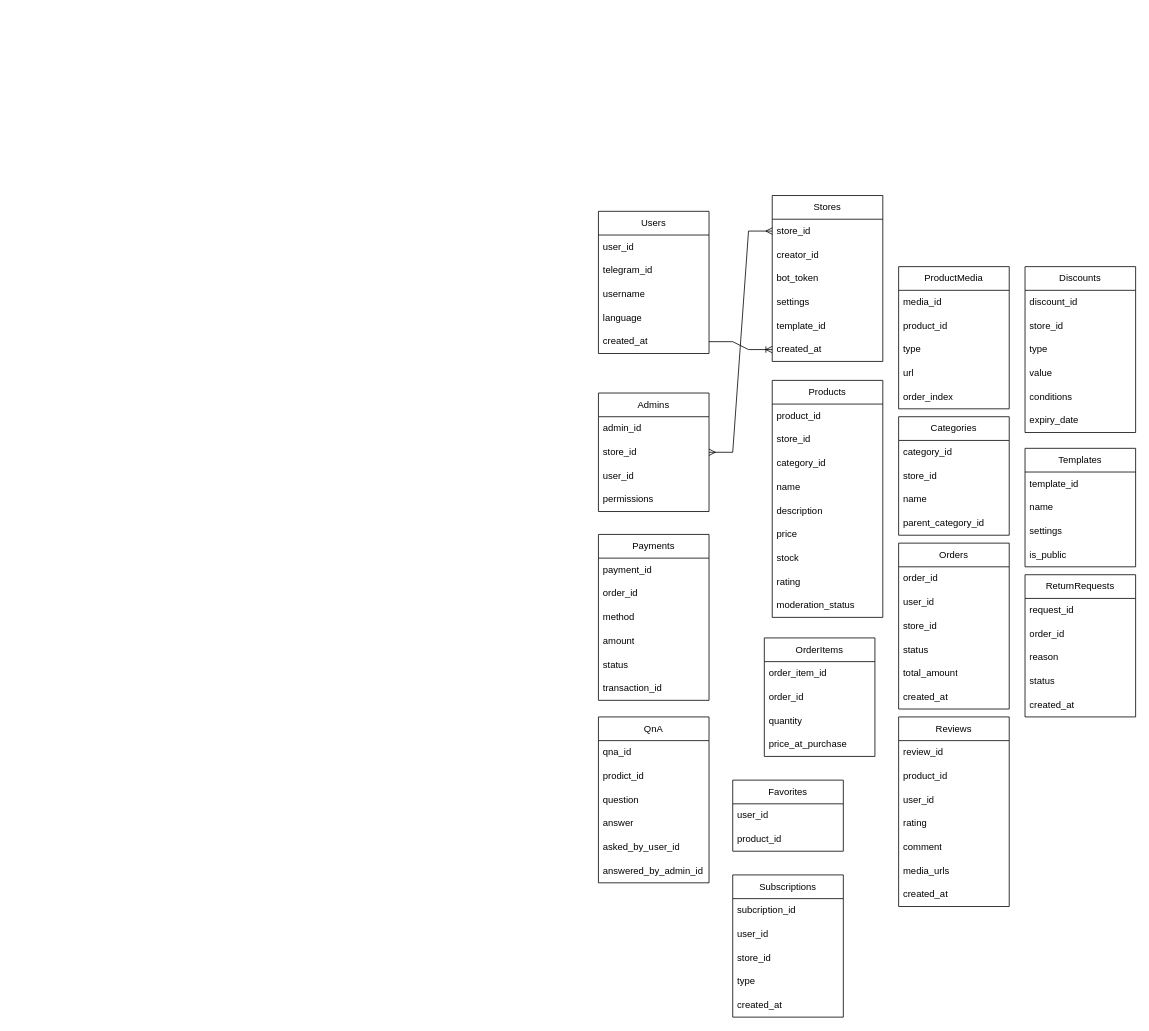
The draw.io diagram LogSchemaBD.drawio in ART1KZ/ShopBotsCreatingPlatform, before the edit. Source tidied: cells renumbered, new cells numbered last; positions are measured from the earlier drawing's top-left corner, leaving out a move shared by most shapes. Both pictures are drawn from the tidied source at 79%, with x=0, y=0 at pixel (598, 195).
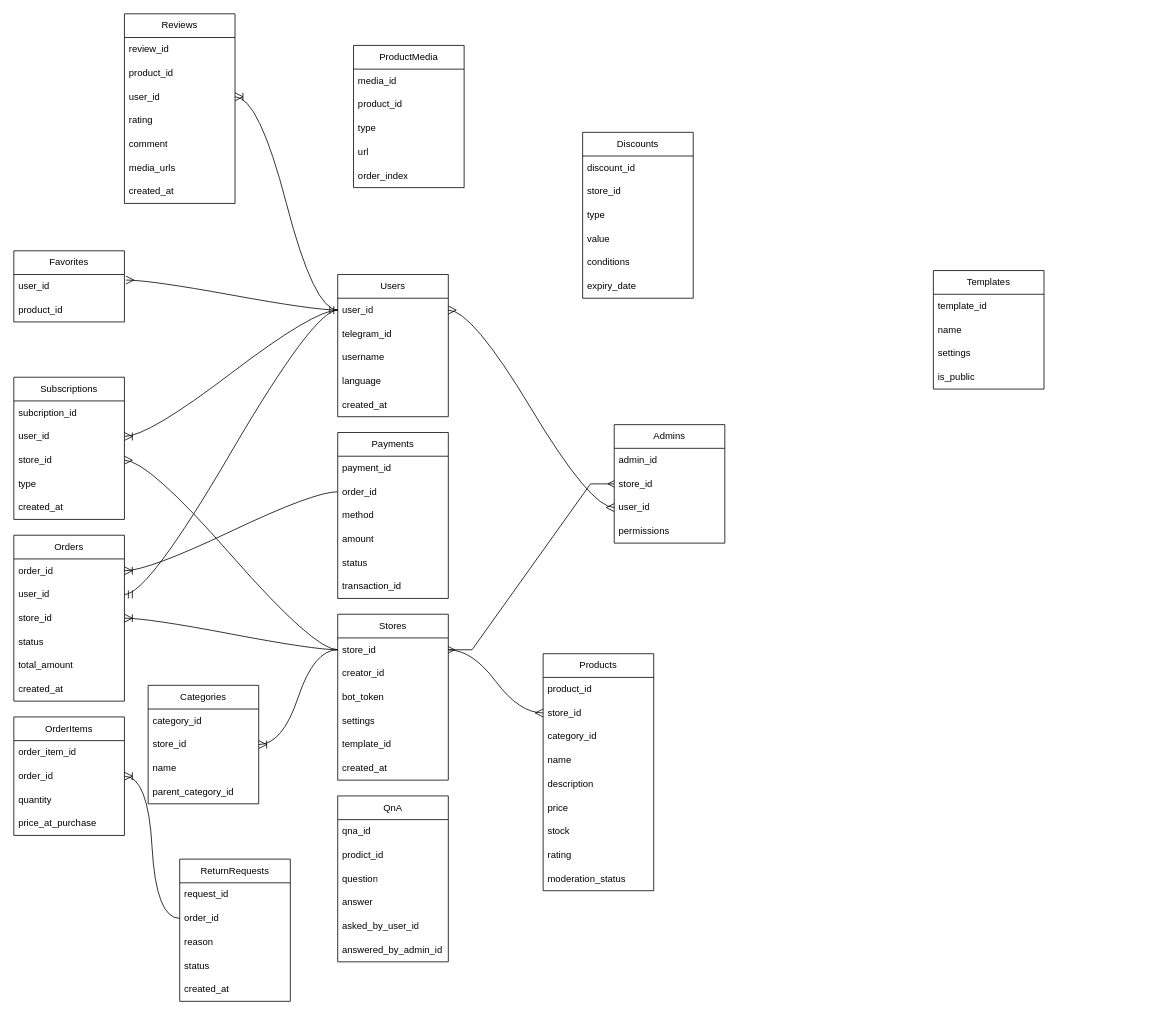
The same page after the edit.

Unchanged cells that the change refers to:
```xml
<mxCell id="3" value="user_id" style="text;strokeColor=none;fillColor=none;align=left;verticalAlign=middle;spacingLeft=4;spacingRight=4;overflow=hidden;points=[[0,0.5],[1,0.5]];portConstraint=eastwest;whiteSpace=wrap;html=1;" parent="2" vertex="1">
  <mxGeometry y="30" width="140" height="30" as="geometry" />
</mxCell>
<mxCell id="7" value="created_at" style="text;strokeColor=none;fillColor=none;align=left;verticalAlign=middle;spacingLeft=4;spacingRight=4;overflow=hidden;points=[[0,0.5],[1,0.5]];portConstraint=eastwest;whiteSpace=wrap;html=1;" parent="2" vertex="1">
  <mxGeometry y="150" width="140" height="30" as="geometry" />
</mxCell>
<mxCell id="9" value="store_id" style="text;strokeColor=none;fillColor=none;align=left;verticalAlign=middle;spacingLeft=4;spacingRight=4;overflow=hidden;points=[[0,0.5],[1,0.5]];portConstraint=eastwest;whiteSpace=wrap;html=1;" parent="8" vertex="1">
  <mxGeometry y="30" width="140" height="30" as="geometry" />
</mxCell>
<mxCell id="14" value="created_at" style="text;strokeColor=none;fillColor=none;align=left;verticalAlign=middle;spacingLeft=4;spacingRight=4;overflow=hidden;points=[[0,0.5],[1,0.5]];portConstraint=eastwest;whiteSpace=wrap;html=1;" parent="8" vertex="1">
  <mxGeometry y="180" width="140" height="30" as="geometry" />
</mxCell>
<mxCell id="17" value="store_id" style="text;strokeColor=none;fillColor=none;align=left;verticalAlign=middle;spacingLeft=4;spacingRight=4;overflow=hidden;points=[[0,0.5],[1,0.5]];portConstraint=eastwest;whiteSpace=wrap;html=1;" parent="15" vertex="1">
  <mxGeometry y="60" width="140" height="30" as="geometry" />
</mxCell>
<mxCell id="18" value="user_id" style="text;strokeColor=none;fillColor=none;align=left;verticalAlign=middle;spacingLeft=4;spacingRight=4;overflow=hidden;points=[[0,0.5],[1,0.5]];portConstraint=eastwest;whiteSpace=wrap;html=1;" parent="15" vertex="1">
  <mxGeometry y="90" width="140" height="30" as="geometry" />
</mxCell>
<mxCell id="22" value="store_id" style="text;strokeColor=none;fillColor=none;align=left;verticalAlign=middle;spacingLeft=4;spacingRight=4;overflow=hidden;points=[[0,0.5],[1,0.5]];portConstraint=eastwest;whiteSpace=wrap;html=1;" parent="20" vertex="1">
  <mxGeometry y="60" width="140" height="30" as="geometry" />
</mxCell>
<mxCell id="38" value="store_id" style="text;strokeColor=none;fillColor=none;align=left;verticalAlign=middle;spacingLeft=4;spacingRight=4;overflow=hidden;points=[[0,0.5],[1,0.5]];portConstraint=eastwest;whiteSpace=wrap;html=1;" parent="36" vertex="1">
  <mxGeometry y="60" width="140" height="30" as="geometry" />
</mxCell>
<mxCell id="42" value="order_id" style="text;strokeColor=none;fillColor=none;align=left;verticalAlign=middle;spacingLeft=4;spacingRight=4;overflow=hidden;points=[[0,0.5],[1,0.5]];portConstraint=eastwest;whiteSpace=wrap;html=1;" parent="41" vertex="1">
  <mxGeometry y="30" width="140" height="30" as="geometry" />
</mxCell>
<mxCell id="43" value="user_id" style="text;strokeColor=none;fillColor=none;align=left;verticalAlign=middle;spacingLeft=4;spacingRight=4;overflow=hidden;points=[[0,0.5],[1,0.5]];portConstraint=eastwest;whiteSpace=wrap;html=1;" parent="41" vertex="1">
  <mxGeometry y="60" width="140" height="30" as="geometry" />
</mxCell>
<mxCell id="44" value="store_id" style="text;strokeColor=none;fillColor=none;align=left;verticalAlign=middle;spacingLeft=4;spacingRight=4;overflow=hidden;points=[[0,0.5],[1,0.5]];portConstraint=eastwest;whiteSpace=wrap;html=1;" parent="41" vertex="1">
  <mxGeometry y="90" width="140" height="30" as="geometry" />
</mxCell>
<mxCell id="50" value="order_id" style="text;strokeColor=none;fillColor=none;align=left;verticalAlign=middle;spacingLeft=4;spacingRight=4;overflow=hidden;points=[[0,0.5],[1,0.5]];portConstraint=eastwest;whiteSpace=wrap;html=1;" parent="48" vertex="1">
  <mxGeometry y="60" width="140" height="30" as="geometry" />
</mxCell>
<mxCell id="55" value="order_id" style="text;strokeColor=none;fillColor=none;align=left;verticalAlign=middle;spacingLeft=4;spacingRight=4;overflow=hidden;points=[[0,0.5],[1,0.5]];portConstraint=eastwest;whiteSpace=wrap;html=1;" parent="53" vertex="1">
  <mxGeometry y="60" width="140" height="30" as="geometry" />
</mxCell>
<mxCell id="63" value="user_id" style="text;strokeColor=none;fillColor=none;align=left;verticalAlign=middle;spacingLeft=4;spacingRight=4;overflow=hidden;points=[[0,0.5],[1,0.5]];portConstraint=eastwest;whiteSpace=wrap;html=1;" parent="60" vertex="1">
  <mxGeometry y="90" width="140" height="30" as="geometry" />
</mxCell>
<mxCell id="76" value="user_id" style="text;strokeColor=none;fillColor=none;align=left;verticalAlign=middle;spacingLeft=4;spacingRight=4;overflow=hidden;points=[[0,0.5],[1,0.5]];portConstraint=eastwest;whiteSpace=wrap;html=1;" parent="75" vertex="1">
  <mxGeometry y="30" width="140" height="30" as="geometry" />
</mxCell>
<mxCell id="80" value="user_id" style="text;strokeColor=none;fillColor=none;align=left;verticalAlign=middle;spacingLeft=4;spacingRight=4;overflow=hidden;points=[[0,0.5],[1,0.5]];portConstraint=eastwest;whiteSpace=wrap;html=1;" parent="78" vertex="1">
  <mxGeometry y="60" width="140" height="30" as="geometry" />
</mxCell>
<mxCell id="81" value="store_id" style="text;strokeColor=none;fillColor=none;align=left;verticalAlign=middle;spacingLeft=4;spacingRight=4;overflow=hidden;points=[[0,0.5],[1,0.5]];portConstraint=eastwest;whiteSpace=wrap;html=1;" parent="78" vertex="1">
  <mxGeometry y="90" width="140" height="30" as="geometry" />
</mxCell>
<mxCell id="98" value="order_id" style="text;strokeColor=none;fillColor=none;align=left;verticalAlign=middle;spacingLeft=4;spacingRight=4;overflow=hidden;points=[[0,0.5],[1,0.5]];portConstraint=eastwest;whiteSpace=wrap;html=1;" parent="96" vertex="1">
  <mxGeometry y="60" width="140" height="30" as="geometry" />
</mxCell>
```

The edit, as a diff of the source:
```diff
@@
     <mxCell id="2" value="Users" style="swimlane;fontStyle=0;horizontal=1;startSize=30;whiteSpace=wrap;html=1;" parent="1" vertex="1">
-      <mxGeometry y="20" width="140" height="180" as="geometry" />
+      <mxGeometry x="-330" y="100" width="140" height="180" as="geometry" />
     </mxCell>
@@
     <mxCell id="8" value="Stores" style="swimlane;fontStyle=0;horizontal=1;startSize=30;whiteSpace=wrap;html=1;" parent="1" vertex="1">
-      <mxGeometry x="220" width="140" height="210" as="geometry" />
+      <mxGeometry x="-330" y="530" width="140" height="210" as="geometry" />
     </mxCell>
@@
     <mxCell id="15" value="Admins" style="swimlane;fontStyle=0;horizontal=1;startSize=30;whiteSpace=wrap;html=1;" parent="1" vertex="1">
-      <mxGeometry y="250" width="140" height="150" as="geometry" />
+      <mxGeometry x="20" y="290" width="140" height="150" as="geometry" />
     </mxCell>
@@
     <mxCell id="20" value="Products" style="swimlane;fontStyle=0;horizontal=1;startSize=30;whiteSpace=wrap;html=1;" parent="1" vertex="1">
-      <mxGeometry x="220" y="234" width="140" height="300" as="geometry" />
+      <mxGeometry x="-70" y="580" width="140" height="300" as="geometry" />
     </mxCell>
@@
     <mxCell id="30" value="ProductMedia" style="swimlane;fontStyle=0;horizontal=1;startSize=30;whiteSpace=wrap;html=1;" parent="1" vertex="1">
-      <mxGeometry x="380" y="90" width="140" height="180" as="geometry" />
+      <mxGeometry x="-310" y="-190" width="140" height="180" as="geometry" />
     </mxCell>
@@
     <mxCell id="36" value="Categories" style="swimlane;fontStyle=0;horizontal=1;startSize=30;whiteSpace=wrap;html=1;" parent="1" vertex="1">
-      <mxGeometry x="380" y="280" width="140" height="150" as="geometry" />
+      <mxGeometry x="-570" y="620" width="140" height="150" as="geometry" />
     </mxCell>
@@
     <mxCell id="41" value="Orders" style="swimlane;fontStyle=0;horizontal=1;startSize=30;whiteSpace=wrap;html=1;" parent="1" vertex="1">
-      <mxGeometry x="380" y="440" width="140" height="210" as="geometry" />
+      <mxGeometry x="-740" y="430" width="140" height="210" as="geometry" />
     </mxCell>
@@
     <mxCell id="48" value="OrderItems" style="swimlane;fontStyle=0;horizontal=1;startSize=30;whiteSpace=wrap;html=1;" parent="1" vertex="1">
-      <mxGeometry x="210" y="560" width="140" height="150" as="geometry" />
+      <mxGeometry x="-740" y="660" width="140" height="150" as="geometry" />
     </mxCell>
@@
     <mxCell id="53" value="Payments" style="swimlane;fontStyle=0;horizontal=1;startSize=30;whiteSpace=wrap;html=1;" parent="1" vertex="1">
-      <mxGeometry y="429" width="140" height="210" as="geometry" />
+      <mxGeometry x="-330" y="300" width="140" height="210" as="geometry" />
     </mxCell>
@@
     <mxCell id="60" value="Reviews" style="swimlane;fontStyle=0;horizontal=1;startSize=30;whiteSpace=wrap;html=1;" parent="1" vertex="1">
-      <mxGeometry x="380" y="660" width="140" height="240" as="geometry" />
+      <mxGeometry x="-600" y="-230" width="140" height="240" as="geometry" />
     </mxCell>
@@
     <mxCell id="68" value="QnA" style="swimlane;fontStyle=0;horizontal=1;startSize=30;whiteSpace=wrap;html=1;" parent="1" vertex="1">
-      <mxGeometry y="660" width="140" height="210" as="geometry" />
+      <mxGeometry x="-330" y="760" width="140" height="210" as="geometry" />
     </mxCell>
@@
     <mxCell id="75" value="Favorites" style="swimlane;fontStyle=0;horizontal=1;startSize=30;whiteSpace=wrap;html=1;" parent="1" vertex="1">
-      <mxGeometry x="170" y="740" width="140" height="90" as="geometry" />
+      <mxGeometry x="-740" y="70" width="140" height="90" as="geometry" />
     </mxCell>
@@
     <mxCell id="78" value="Subscriptions" style="swimlane;fontStyle=0;horizontal=1;startSize=30;whiteSpace=wrap;html=1;" parent="1" vertex="1">
-      <mxGeometry x="170" y="860" width="140" height="180" as="geometry" />
+      <mxGeometry x="-740" y="230" width="140" height="180" as="geometry" />
     </mxCell>
@@
     <mxCell id="84" value="Discounts" style="swimlane;fontStyle=0;horizontal=1;startSize=30;whiteSpace=wrap;html=1;" parent="1" vertex="1">
-      <mxGeometry x="540" y="90" width="140" height="210" as="geometry" />
+      <mxGeometry x="-20" y="-80" width="140" height="210" as="geometry" />
     </mxCell>
@@
     <mxCell id="91" value="Templates" style="swimlane;fontStyle=0;horizontal=1;startSize=30;whiteSpace=wrap;html=1;" parent="1" vertex="1">
-      <mxGeometry x="540" y="320" width="140" height="150" as="geometry" />
+      <mxGeometry x="424" y="95" width="140" height="150" as="geometry" />
     </mxCell>
@@
     <mxCell id="96" value="ReturnRequests" style="swimlane;fontStyle=0;horizontal=1;startSize=30;whiteSpace=wrap;html=1;" parent="1" vertex="1">
-      <mxGeometry x="540" y="480" width="140" height="180" as="geometry" />
+      <mxGeometry x="-530" y="840" width="140" height="180" as="geometry" />
     </mxCell>
@@
-    <mxCell id="102" style="edgeStyle=entityRelationEdgeStyle;fontSize=12;html=1;endArrow=ERoneToMany;rounded=0;entryX=0;entryY=0.5;entryDx=0;entryDy=0;exitX=1;exitY=0.5;exitDx=0;exitDy=0;" parent="1" edge="1" source="7" target="14">
-      <mxGeometry relative="1" as="geometry">
-        <Array as="points">
-          <mxPoint x="150" y="190" />
-        </Array>
-      </mxGeometry>
-    </mxCell>
-    <mxCell id="103" style="edgeStyle=entityRelationEdgeStyle;fontSize=12;html=1;endArrow=ERmany;startArrow=ERmany;rounded=0;exitX=1;exitY=0.5;exitDx=0;exitDy=0;entryX=0;entryY=0.5;entryDx=0;entryDy=0;" parent="1" edge="1" source="17" target="9">
+    <mxCell id="103" style="edgeStyle=entityRelationEdgeStyle;fontSize=12;html=1;endArrow=ERmany;startArrow=ERmany;rounded=0;entryX=1;entryY=0.5;entryDx=0;entryDy=0;exitX=0;exitY=0.5;exitDx=0;exitDy=0;" parent="1" edge="1" source="17" target="9">
       <mxGeometry relative="1" as="geometry" />
     </mxCell>
+    <mxCell id="104" style="edgeStyle=entityRelationEdgeStyle;fontSize=12;html=1;endArrow=ERmany;startArrow=ERmany;rounded=0;startSize=8;endSize=8;curved=1;entryX=0;entryY=0.5;entryDx=0;entryDy=0;exitX=1;exitY=0.5;exitDx=0;exitDy=0;" parent="1" edge="1" source="3" target="18">
+      <mxGeometry relative="1" as="geometry" />
+    </mxCell>
+    <mxCell id="105" style="edgeStyle=entityRelationEdgeStyle;fontSize=12;html=1;endArrow=ERmany;rounded=0;startSize=8;endSize=8;curved=1;exitX=0;exitY=0.5;exitDx=0;exitDy=0;entryX=1.014;entryY=0.233;entryDx=0;entryDy=0;entryPerimeter=0;" parent="1" edge="1" source="3" target="76">
+      <mxGeometry relative="1" as="geometry">
+        <Array as="points">
+          <mxPoint x="-527" y="-15" />
+          <mxPoint x="-390" y="360" />
+        </Array>
+      </mxGeometry>
+    </mxCell>
+    <mxCell id="106" style="edgeStyle=entityRelationEdgeStyle;fontSize=12;html=1;endArrow=ERoneToMany;rounded=0;startSize=8;endSize=8;curved=1;exitX=0;exitY=0.5;exitDx=0;exitDy=0;entryX=1;entryY=0.5;entryDx=0;entryDy=0;" parent="1" edge="1" source="55" target="42">
+      <mxGeometry relative="1" as="geometry" />
+    </mxCell>
+    <mxCell id="107" style="edgeStyle=entityRelationEdgeStyle;fontSize=12;html=1;endArrow=ERmandOne;startArrow=ERmandOne;rounded=0;startSize=8;endSize=8;curved=1;entryX=0;entryY=0.5;entryDx=0;entryDy=0;exitX=1;exitY=0.5;exitDx=0;exitDy=0;" parent="1" edge="1" source="43" target="3">
+      <mxGeometry relative="1" as="geometry" />
+    </mxCell>
+    <mxCell id="108" style="edgeStyle=entityRelationEdgeStyle;fontSize=12;html=1;endArrow=ERoneToMany;rounded=0;startSize=8;endSize=8;curved=1;exitX=0;exitY=0.5;exitDx=0;exitDy=0;entryX=1;entryY=0.5;entryDx=0;entryDy=0;" parent="1" edge="1" source="3" target="80">
+      <mxGeometry relative="1" as="geometry" />
+    </mxCell>
+    <mxCell id="109" style="edgeStyle=entityRelationEdgeStyle;fontSize=12;html=1;endArrow=ERoneToMany;rounded=0;startSize=8;endSize=8;curved=1;exitX=0;exitY=0.5;exitDx=0;exitDy=0;entryX=1;entryY=0.5;entryDx=0;entryDy=0;" parent="1" edge="1" source="9" target="44">
+      <mxGeometry relative="1" as="geometry" />
+    </mxCell>
+    <mxCell id="110" style="edgeStyle=entityRelationEdgeStyle;fontSize=12;html=1;endArrow=ERoneToMany;rounded=0;startSize=8;endSize=8;curved=1;exitX=0;exitY=0.5;exitDx=0;exitDy=0;" parent="1" edge="1" source="3" target="63">
+      <mxGeometry relative="1" as="geometry">
+        <Array as="points">
+          <mxPoint x="-280" y="-100" />
+          <mxPoint x="-110" y="-80" />
+        </Array>
+      </mxGeometry>
+    </mxCell>
+    <mxCell id="111" style="edgeStyle=entityRelationEdgeStyle;fontSize=12;html=1;endArrow=ERmany;rounded=0;startSize=8;endSize=8;curved=1;exitX=1;exitY=0.5;exitDx=0;exitDy=0;entryX=0;entryY=0.5;entryDx=0;entryDy=0;" parent="1" edge="1" source="9" target="22">
+      <mxGeometry relative="1" as="geometry" />
+    </mxCell>
+    <mxCell id="112" style="edgeStyle=entityRelationEdgeStyle;fontSize=12;html=1;endArrow=ERmany;rounded=0;startSize=8;endSize=8;curved=1;exitX=0;exitY=0.5;exitDx=0;exitDy=0;" parent="1" edge="1" source="9" target="81">
+      <mxGeometry relative="1" as="geometry" />
+    </mxCell>
+    <mxCell id="113" style="edgeStyle=entityRelationEdgeStyle;fontSize=12;html=1;endArrow=ERoneToMany;rounded=0;startSize=8;endSize=8;curved=1;exitX=0;exitY=0.5;exitDx=0;exitDy=0;entryX=1;entryY=0.5;entryDx=0;entryDy=0;" parent="1" edge="1" source="98" target="50">
+      <mxGeometry relative="1" as="geometry" />
+    </mxCell>
+    <mxCell id="114" style="edgeStyle=entityRelationEdgeStyle;fontSize=12;html=1;endArrow=ERoneToMany;rounded=0;startSize=8;endSize=8;curved=1;entryX=1;entryY=0.5;entryDx=0;entryDy=0;exitX=0;exitY=0.5;exitDx=0;exitDy=0;" parent="1" edge="1" source="9" target="38">
+      <mxGeometry relative="1" as="geometry" />
+    </mxCell>
```
